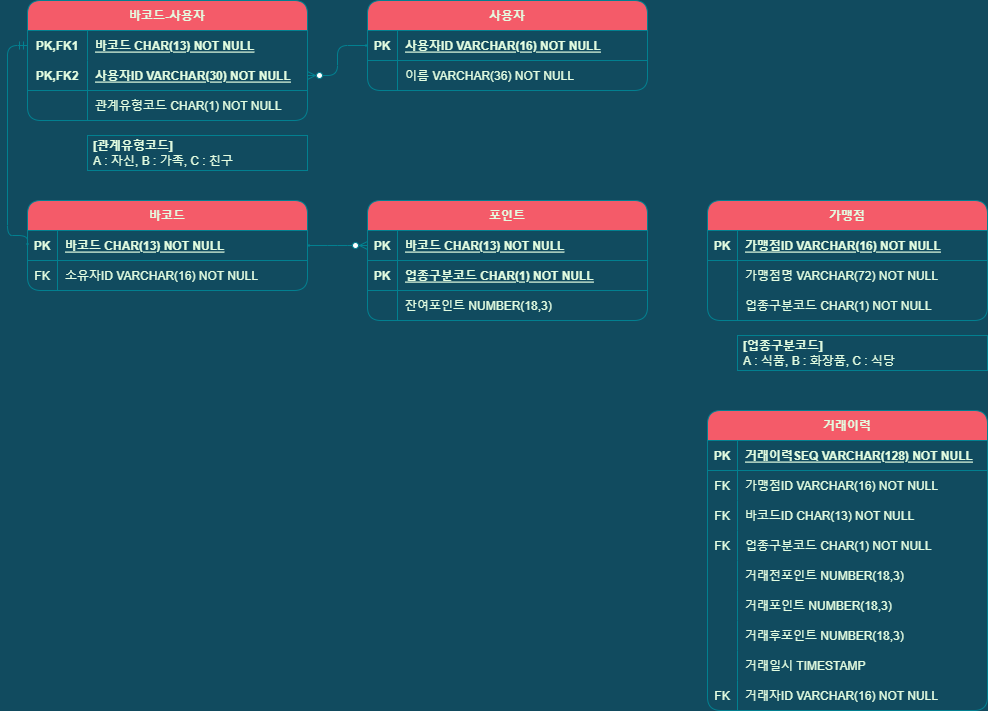
This is document/kakaopay-membership.png from TyronneJeong/KakaoPay-Subject, a draw.io export, as it was before one commit. Source tidied: cells renumbered, new cells last; positions are measured from the earlier drawing's top-left corner, leaving out a move shared by most shapes.
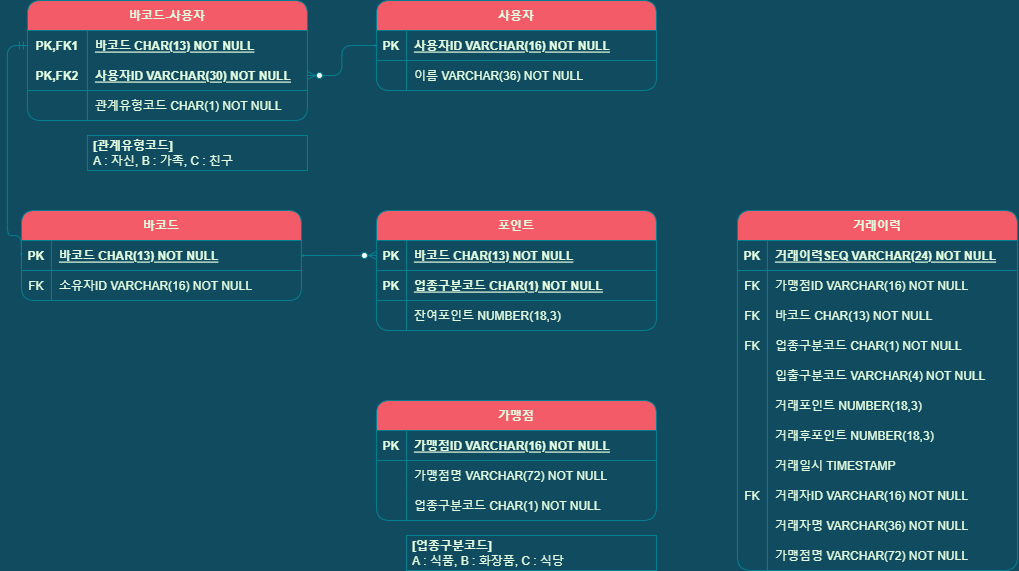
After the commit.

Diff of the diagram source:
```diff
@@ -3,7 +3,7 @@
     <mxCell id="0" />
     <mxCell id="1" parent="0" />
     <mxCell id="2" value="바코드" style="shape=table;startSize=30;rowLines=0;fontStyle=1;align=center;rounded=1;fillColor=#F45B69;strokeColor=#028090;fontColor=#E4FDE1;" parent="1" vertex="1">
-      <mxGeometry x="20" y="200" width="280" height="90" as="geometry" />
+      <mxGeometry x="3.9" y="240" width="280" height="90" as="geometry" />
     </mxCell>
     <mxCell id="3" style="shape=tableRow;horizontal=0;startSize=0;swimlaneHead=0;swimlaneBody=0;fillColor=none;points=[[0,0.5],[1,0.5]];portConstraint=eastwest;top=0;left=0;right=0;bottom=1;rounded=1;strokeColor=#028090;fontColor=#E4FDE1;" parent="2" vertex="1">
       <mxGeometry y="30" width="280" height="30" as="geometry" />
@@ -24,7 +24,7 @@
       <mxGeometry x="30" width="250" height="30" as="geometry" />
     </mxCell>
     <mxCell id="9" value="사용자" style="shape=table;startSize=30;rowLines=0;fontStyle=1;align=center;rounded=1;fillColor=#F45B69;strokeColor=#028090;fontColor=#E4FDE1;" parent="1" vertex="1">
-      <mxGeometry x="360" width="280" height="90" as="geometry" />
+      <mxGeometry x="358.9" y="30" width="280" height="90" as="geometry" />
     </mxCell>
     <mxCell id="10" style="shape=tableRow;horizontal=0;startSize=0;swimlaneHead=0;swimlaneBody=0;fillColor=none;points=[[0,0.5],[1,0.5]];portConstraint=eastwest;top=0;left=0;right=0;bottom=1;rounded=1;strokeColor=#028090;fontColor=#E4FDE1;" parent="9" vertex="1">
       <mxGeometry y="30" width="280" height="30" as="geometry" />
@@ -45,7 +45,7 @@
       <mxGeometry x="30" width="250" height="30" as="geometry" />
     </mxCell>
     <mxCell id="16" value="바코드-사용자" style="shape=table;startSize=30;rowLines=0;fontStyle=1;align=center;rounded=1;fillColor=#F45B69;strokeColor=#028090;fontColor=#E4FDE1;" parent="1" vertex="1">
-      <mxGeometry x="20" width="280" height="120" as="geometry" />
+      <mxGeometry x="9.9" y="30" width="280" height="120" as="geometry" />
     </mxCell>
     <mxCell id="17" style="shape=tableRow;horizontal=0;startSize=0;swimlaneHead=0;swimlaneBody=0;fillColor=none;points=[[0,0.5],[1,0.5]];portConstraint=eastwest;top=0;left=0;right=0;bottom=0;rounded=1;strokeColor=#028090;fontColor=#E4FDE1;" parent="16" vertex="1">
       <mxGeometry y="30" width="280" height="30" as="geometry" />
@@ -75,7 +75,7 @@
       <mxGeometry x="60" width="220" height="30" as="geometry" />
     </mxCell>
     <mxCell id="26" value="가맹점" style="shape=table;startSize=30;rowLines=0;fontStyle=1;align=center;rounded=1;fillColor=#F45B69;strokeColor=#028090;fontColor=#E4FDE1;" parent="1" vertex="1">
-      <mxGeometry x="700" y="200" width="280" height="120" as="geometry" />
+      <mxGeometry x="358.9" y="430" width="280" height="120" as="geometry" />
     </mxCell>
     <mxCell id="27" style="shape=tableRow;horizontal=0;startSize=0;swimlaneHead=0;swimlaneBody=0;fillColor=none;top=0;left=0;right=0;bottom=1;rounded=1;strokeColor=#028090;fontColor=#E4FDE1;" parent="26" vertex="1">
       <mxGeometry y="30" width="280" height="30" as="geometry" />
@@ -105,7 +105,7 @@
       <mxGeometry x="30" width="250" height="30" as="geometry" />
     </mxCell>
     <mxCell id="36" value="포인트" style="shape=table;startSize=30;rowLines=0;fontStyle=1;align=center;rounded=1;fillColor=#F45B69;strokeColor=#028090;fontColor=#E4FDE1;" parent="1" vertex="1">
-      <mxGeometry x="360" y="200" width="280" height="120" as="geometry" />
+      <mxGeometry x="358.9" y="240" width="280" height="120" as="geometry" />
     </mxCell>
     <mxCell id="37" style="shape=tableRow;horizontal=0;startSize=0;swimlaneHead=0;swimlaneBody=0;fillColor=none;points=[[0,0.5],[1,0.5]];portConstraint=eastwest;top=0;left=0;right=0;bottom=1;rounded=1;strokeColor=#028090;fontColor=#E4FDE1;" parent="36" vertex="1">
       <mxGeometry y="30" width="280" height="30" as="geometry" />
@@ -135,7 +135,7 @@
       <mxGeometry x="30" width="250" height="30" as="geometry" />
     </mxCell>
     <mxCell id="46" value="거래이력" style="shape=table;startSize=30;rowLines=0;fontStyle=1;align=center;rounded=1;fillColor=#F45B69;strokeColor=#028090;fontColor=#E4FDE1;" parent="1" vertex="1">
-      <mxGeometry x="700" y="410" width="280" height="300" as="geometry" />
+      <mxGeometry x="719.9" y="240" width="280" height="360" as="geometry" />
     </mxCell>
     <mxCell id="47" style="shape=tableRow;horizontal=0;startSize=0;swimlaneHead=0;swimlaneBody=0;fillColor=none;top=0;left=0;right=0;bottom=1;rounded=1;strokeColor=#028090;fontColor=#E4FDE1;" parent="46" vertex="1">
       <mxGeometry y="30" width="280" height="30" as="geometry" />
@@ -143,7 +143,7 @@
     <mxCell id="48" value="PK" style="shape=partialRectangle;fillColor=none;top=0;left=0;bottom=0;right=0;fontStyle=1;overflow=hidden;rounded=1;strokeColor=#028090;fontColor=#E4FDE1;" parent="47" vertex="1">
       <mxGeometry width="30" height="30" as="geometry" />
     </mxCell>
-    <mxCell id="49" value="거래이력SEQ VARCHAR(128) NOT NULL" style="shape=partialRectangle;fillColor=none;top=0;left=0;bottom=0;right=0;align=left;spacingLeft=6;fontStyle=5;overflow=hidden;rounded=1;strokeColor=#028090;fontColor=#E4FDE1;" parent="47" vertex="1">
+    <mxCell id="49" value="거래이력SEQ VARCHAR(24) NOT NULL" style="shape=partialRectangle;fillColor=none;top=0;left=0;bottom=0;right=0;align=left;spacingLeft=6;fontStyle=5;overflow=hidden;rounded=1;strokeColor=#028090;fontColor=#E4FDE1;" parent="47" vertex="1">
       <mxGeometry x="30" width="250" height="30" as="geometry" />
     </mxCell>
     <mxCell id="50" style="shape=tableRow;horizontal=0;startSize=0;swimlaneHead=0;swimlaneBody=0;fillColor=none;top=0;left=0;right=0;bottom=0;rounded=1;strokeColor=#028090;fontColor=#E4FDE1;" parent="46" vertex="1">
@@ -161,7 +161,7 @@
     <mxCell id="54" value="FK" style="shape=partialRectangle;fillColor=none;top=0;left=0;bottom=0;right=0;overflow=hidden;rounded=1;strokeColor=#028090;fontColor=#E4FDE1;" parent="53" vertex="1">
       <mxGeometry width="30" height="30" as="geometry" />
     </mxCell>
-    <mxCell id="55" value="바코드ID CHAR(13) NOT NULL" style="shape=partialRectangle;fillColor=none;top=0;left=0;bottom=0;right=0;align=left;spacingLeft=6;overflow=hidden;rounded=1;strokeColor=#028090;fontColor=#E4FDE1;" parent="53" vertex="1">
+    <mxCell id="55" value="바코드 CHAR(13) NOT NULL" style="shape=partialRectangle;fillColor=none;top=0;left=0;bottom=0;right=0;align=left;spacingLeft=6;overflow=hidden;rounded=1;strokeColor=#028090;fontColor=#E4FDE1;" parent="53" vertex="1">
       <mxGeometry x="30" width="250" height="30" as="geometry" />
     </mxCell>
     <mxCell id="56" style="shape=tableRow;horizontal=0;startSize=0;swimlaneHead=0;swimlaneBody=0;fillColor=none;top=0;left=0;right=0;bottom=0;rounded=1;strokeColor=#028090;fontColor=#E4FDE1;" parent="46" vertex="1">
@@ -179,7 +179,7 @@
     <mxCell id="60" style="shape=partialRectangle;fillColor=none;top=0;left=0;bottom=0;right=0;overflow=hidden;rounded=1;strokeColor=#028090;fontColor=#E4FDE1;" parent="59" vertex="1">
       <mxGeometry width="30" height="30" as="geometry" />
     </mxCell>
-    <mxCell id="61" value="거래전포인트 NUMBER(18,3)" style="shape=partialRectangle;fillColor=none;top=0;left=0;bottom=0;right=0;align=left;spacingLeft=6;overflow=hidden;rounded=1;strokeColor=#028090;fontColor=#E4FDE1;" parent="59" vertex="1">
+    <mxCell id="61" value="입출구분코드 VARCHAR(4) NOT NULL" style="shape=partialRectangle;fillColor=none;top=0;left=0;bottom=0;right=0;align=left;spacingLeft=6;overflow=hidden;rounded=1;strokeColor=#028090;fontColor=#E4FDE1;" parent="59" vertex="1">
       <mxGeometry x="30" width="250" height="30" as="geometry" />
     </mxCell>
     <mxCell id="62" style="shape=tableRow;horizontal=0;startSize=0;swimlaneHead=0;swimlaneBody=0;fillColor=none;top=0;left=0;right=0;bottom=0;rounded=1;strokeColor=#028090;fontColor=#E4FDE1;" parent="46" vertex="1">
@@ -218,14 +218,32 @@
     <mxCell id="73" value="거래자ID VARCHAR(16) NOT NULL" style="shape=partialRectangle;fillColor=none;top=0;left=0;bottom=0;right=0;align=left;spacingLeft=6;overflow=hidden;rounded=1;strokeColor=#028090;fontColor=#E4FDE1;" parent="71" vertex="1">
       <mxGeometry x="30" width="250" height="30" as="geometry" />
     </mxCell>
+    <mxCell id="79" style="shape=tableRow;horizontal=0;startSize=0;swimlaneHead=0;swimlaneBody=0;fillColor=none;top=0;left=0;right=0;bottom=0;rounded=1;strokeColor=#028090;fontColor=#E4FDE1;" parent="46" vertex="1">
+      <mxGeometry y="300" width="280" height="30" as="geometry" />
+    </mxCell>
+    <mxCell id="80" style="shape=partialRectangle;fillColor=none;top=0;left=0;bottom=0;right=0;overflow=hidden;rounded=1;strokeColor=#028090;fontColor=#E4FDE1;" parent="79" vertex="1">
+      <mxGeometry width="30" height="30" as="geometry" />
+    </mxCell>
+    <mxCell id="81" value="거래자명 VARCHAR(36) NOT NULL" style="shape=partialRectangle;fillColor=none;top=0;left=0;bottom=0;right=0;align=left;spacingLeft=6;overflow=hidden;rounded=1;strokeColor=#028090;fontColor=#E4FDE1;" parent="79" vertex="1">
+      <mxGeometry x="30" width="250" height="30" as="geometry" />
+    </mxCell>
+    <mxCell id="82" style="shape=tableRow;horizontal=0;startSize=0;swimlaneHead=0;swimlaneBody=0;fillColor=none;top=0;left=0;right=0;bottom=0;rounded=1;strokeColor=#028090;fontColor=#E4FDE1;" parent="46" vertex="1">
+      <mxGeometry y="330" width="280" height="30" as="geometry" />
+    </mxCell>
+    <mxCell id="83" style="shape=partialRectangle;fillColor=none;top=0;left=0;bottom=0;right=0;overflow=hidden;rounded=1;strokeColor=#028090;fontColor=#E4FDE1;" parent="82" vertex="1">
+      <mxGeometry width="30" height="30" as="geometry" />
+    </mxCell>
+    <mxCell id="84" value="가맹점명 VARCHAR(72) NOT NULL" style="shape=partialRectangle;fillColor=none;top=0;left=0;bottom=0;right=0;align=left;spacingLeft=6;overflow=hidden;rounded=1;strokeColor=#028090;fontColor=#E4FDE1;" parent="82" vertex="1">
+      <mxGeometry x="30" width="250" height="30" as="geometry" />
+    </mxCell>
     <mxCell id="74" style="edgeStyle=orthogonalEdgeStyle;fontSize=12;html=1;endArrow=ERzeroToMany;startArrow=ERmandOne;fontFamily=Helvetica;startSize=0;exitX=0;exitY=0.5;exitDx=0;exitDy=0;rounded=1;labelBackgroundColor=#114B5F;strokeColor=#028090;fontColor=#E4FDE1;" parent="1" edge="1" source="10" target="20">
       <mxGeometry relative="1" as="geometry" />
     </mxCell>
     <mxCell id="75" style="edgeStyle=orthogonalEdgeStyle;fontSize=12;html=1;endArrow=ERmandOne;startArrow=ERmandOne;fontFamily=Helvetica;startSize=0;exitX=0;exitY=0.5;exitDx=0;exitDy=0;entryX=0;entryY=0.5;entryDx=0;entryDy=0;rounded=1;labelBackgroundColor=#114B5F;strokeColor=#028090;fontColor=#E4FDE1;" parent="1" edge="1" source="3" target="17">
       <mxGeometry relative="1" as="geometry">
         <Array as="points">
-          <mxPoint y="235" />
-          <mxPoint y="45" />
+          <mxPoint x="-10.1" y="265" />
+          <mxPoint x="-10.1" y="75" />
         </Array>
       </mxGeometry>
     </mxCell>
@@ -233,10 +251,10 @@
       <mxGeometry relative="1" as="geometry" />
     </mxCell>
     <mxCell id="77" value="&lt;b&gt;[업종구분코드]&lt;/b&gt;&lt;br&gt;A : 식품, B : 화장품, C : 식당" style="shape=note;size=0;whiteSpace=wrap;html=1;fontFamily=Helvetica;fontSize=12;startSize=0;align=left;spacingTop=0;spacingLeft=4;fillColor=none;rounded=1;strokeColor=#028090;fontColor=#E4FDE1;" parent="1" vertex="1">
-      <mxGeometry x="730" y="335" width="250" height="35" as="geometry" />
+      <mxGeometry x="388.9" y="565" width="250" height="35" as="geometry" />
     </mxCell>
     <mxCell id="78" value="&lt;b&gt;[관계유형코드]&lt;/b&gt;&lt;br&gt;A : 자신, B : 가족, C : 친구" style="shape=note;size=0;whiteSpace=wrap;html=1;fontFamily=Helvetica;fontSize=12;startSize=0;align=left;spacingTop=0;spacingLeft=4;fillColor=none;rounded=1;strokeColor=#028090;fontColor=#E4FDE1;" parent="1" vertex="1">
-      <mxGeometry x="80" y="135" width="220" height="35" as="geometry" />
+      <mxGeometry x="69.9" y="165" width="220" height="35" as="geometry" />
     </mxCell>
   </root>
 </mxGraphModel>
```
